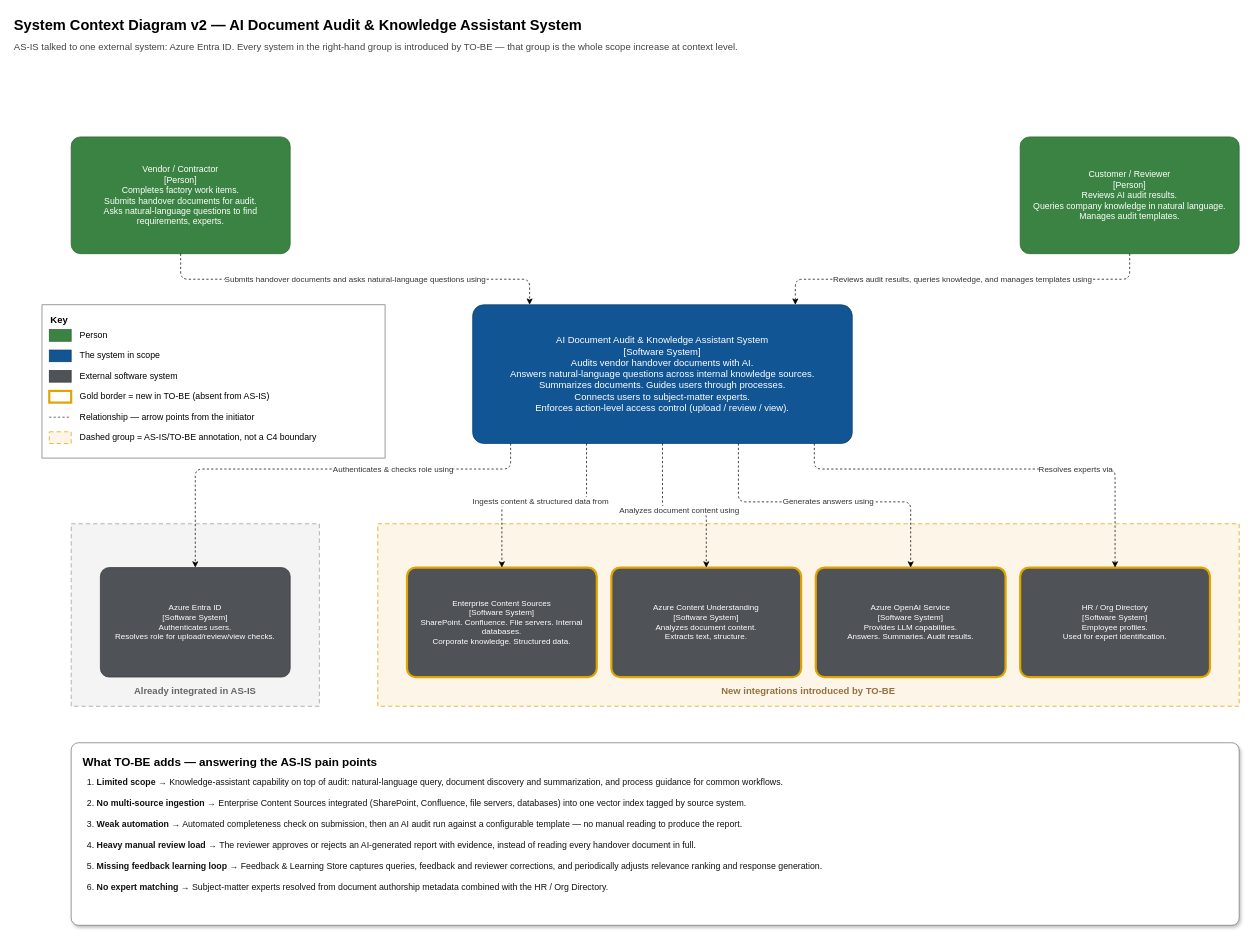
The draw.io diagram [tobe]system_context_diagram.drawio in jackreacher1994/sa-nhom6, before the edit. Source tidied: cells renumbered, new cells numbered last; positions are measured from the earlier drawing's top-left corner, leaving out a move shared by most shapes. Both pictures are drawn from the tidied source at 73%, with x=0, y=0 at pixel (12, 12).
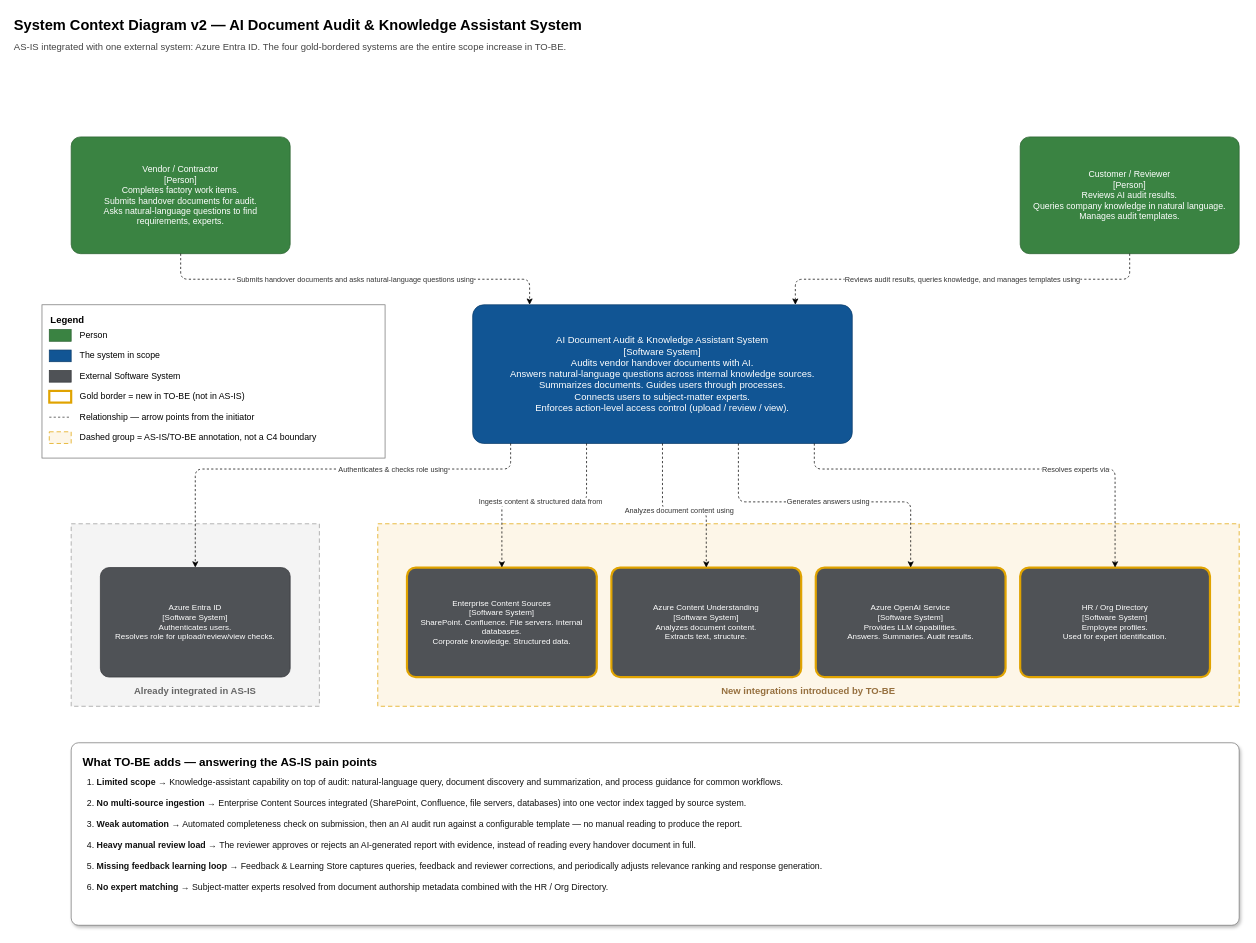
After the change.

Unchanged cells that the change refers to:
```xml
<mxCell id="17" value="Vendor / Contractor&#10;[Person]&#10;Completes factory work items.&#10;Submits handover documents for audit.&#10;Asks natural-language questions to find requirements, experts." style="rounded=1;arcSize=8;whiteSpace=wrap;html=1;fillColor=#3a8342;strokeColor=#2a6230;fontColor=#ffffff;fontSize=12;align=center;verticalAlign=middle;spacing=8;" parent="1" vertex="1">
  <mxGeometry x="80" y="170" width="300" height="160" as="geometry" />
</mxCell>
<mxCell id="18" value="Customer / Reviewer&#10;[Person]&#10;Reviews AI audit results.&#10;Queries company knowledge in natural language.&#10;Manages audit templates." style="rounded=1;arcSize=8;whiteSpace=wrap;html=1;fillColor=#3a8342;strokeColor=#2a6230;fontColor=#ffffff;fontSize=12;align=center;verticalAlign=middle;spacing=8;" parent="1" vertex="1">
  <mxGeometry x="1380" y="170" width="300" height="160" as="geometry" />
</mxCell>
<mxCell id="19" value="AI Document Audit &amp; Knowledge Assistant System&#10;[Software System]&#10;Audits vendor handover documents with AI.&#10;Answers natural-language questions across internal knowledge sources.&#10;Summarizes documents. Guides users through processes.&#10;Connects users to subject-matter experts.&#10;Enforces action-level access control (upload / review / view)." style="rounded=1;arcSize=8;whiteSpace=wrap;html=1;fillColor=#115594;strokeColor=#0c3d6b;fontColor=#ffffff;fontSize=13;align=center;verticalAlign=middle;spacing=8;" parent="1" vertex="1">
  <mxGeometry x="630" y="400" width="520" height="190" as="geometry" />
</mxCell>
<mxCell id="21" value="Azure Entra ID&#10;[Software System]&#10;Authenticates users.&#10;Resolves role for upload/review/view checks." style="rounded=1;arcSize=8;whiteSpace=wrap;html=1;fillColor=#4f5256;strokeColor=#35373a;fontColor=#ffffff;fontSize=11;align=center;verticalAlign=middle;spacing=8;" parent="20" vertex="1">
  <mxGeometry x="40" y="60" width="260" height="150" as="geometry" />
</mxCell>
<mxCell id="23" value="Enterprise Content Sources&#10;[Software System]&#10;SharePoint. Confluence. File servers. Internal databases.&#10;Corporate knowledge. Structured data." style="rounded=1;arcSize=8;whiteSpace=wrap;html=1;fillColor=#4f5256;strokeColor=#e0a300;strokeWidth=3;fontColor=#ffffff;fontSize=11;align=center;verticalAlign=middle;spacing=8;" parent="22" vertex="1">
  <mxGeometry x="40" y="60" width="260" height="150" as="geometry" />
</mxCell>
<mxCell id="24" value="Azure Content Understanding&#10;[Software System]&#10;Analyzes document content.&#10;Extracts text, structure." style="rounded=1;arcSize=8;whiteSpace=wrap;html=1;fillColor=#4f5256;strokeColor=#e0a300;strokeWidth=3;fontColor=#ffffff;fontSize=11;align=center;verticalAlign=middle;spacing=8;" parent="22" vertex="1">
  <mxGeometry x="320" y="60" width="260" height="150" as="geometry" />
</mxCell>
<mxCell id="25" value="Azure OpenAI Service&#10;[Software System]&#10;Provides LLM capabilities.&#10;Answers. Summaries. Audit results." style="rounded=1;arcSize=8;whiteSpace=wrap;html=1;fillColor=#4f5256;strokeColor=#e0a300;strokeWidth=3;fontColor=#ffffff;fontSize=11;align=center;verticalAlign=middle;spacing=8;" parent="22" vertex="1">
  <mxGeometry x="600" y="60" width="260" height="150" as="geometry" />
</mxCell>
<mxCell id="26" value="HR / Org Directory&#10;[Software System]&#10;Employee profiles.&#10;Used for expert identification." style="rounded=1;arcSize=8;whiteSpace=wrap;html=1;fillColor=#4f5256;strokeColor=#e0a300;strokeWidth=3;fontColor=#ffffff;fontSize=11;align=center;verticalAlign=middle;spacing=8;" parent="22" vertex="1">
  <mxGeometry x="880" y="60" width="260" height="150" as="geometry" />
</mxCell>
```

What changed in the source:
```diff
@@
-    <mxCell id="3" value="AS-IS talked to one external system: Azure Entra ID. Every system in the right-hand group is introduced by TO-BE — that group is the whole scope increase at context level." style="text;html=1;fontSize=13;align=left;verticalAlign=middle;fontColor=#444444;" parent="1" vertex="1">
+    <mxCell id="3" value="AS-IS integrated with one external system: Azure Entra ID. The four gold-bordered systems are the entire scope increase in TO-BE." style="text;html=1;fontSize=13;align=left;verticalAlign=middle;fontColor=#444444;" parent="1" vertex="1">
       <mxGeometry y="36" width="1300" height="22" as="geometry" />
     </mxCell>
-    <mxCell id="4" value="Key" style="rounded=0;whiteSpace=wrap;html=1;fillColor=#ffffff;strokeColor=#777777;verticalAlign=top;fontStyle=1;fontSize=13;align=left;spacingLeft=10;spacingTop=6;" parent="1" vertex="1">
+    <mxCell id="4" value="Legend" style="rounded=0;whiteSpace=wrap;html=1;fillColor=#ffffff;strokeColor=#777777;verticalAlign=top;fontStyle=1;fontSize=13;align=left;spacingLeft=10;spacingTop=6;" parent="1" vertex="1">
       <mxGeometry x="40" y="400" width="470" height="210" as="geometry" />
     </mxCell>
@@
-    <mxCell id="10" value="External software system" style="text;html=1;align=left;verticalAlign=middle;fontSize=12;" parent="4" vertex="1">
+    <mxCell id="10" value="External Software System" style="text;html=1;align=left;verticalAlign=middle;fontSize=12;" parent="4" vertex="1">
       <mxGeometry x="50" y="86" width="400" height="24" as="geometry" />
     </mxCell>
@@
-    <mxCell id="12" value="Gold border = new in TO-BE (absent from AS-IS)" style="text;html=1;align=left;verticalAlign=middle;fontSize=12;" parent="4" vertex="1">
+    <mxCell id="12" value="Gold border = new in TO-BE (not in AS-IS)" style="text;html=1;align=left;verticalAlign=middle;fontSize=12;" parent="4" vertex="1">
       <mxGeometry x="50" y="114" width="400" height="24" as="geometry" />
     </mxCell>
@@
-    <mxCell id="29" value="Submits handover documents and asks natural-language questions using" style="edgeStyle=orthogonalEdgeStyle;rounded=1;jettySize=auto;html=1;dashed=1;fontSize=11;fontColor=#333333;labelBackgroundColor=#ffffff;exitX=0.5;exitY=1;exitDx=0;exitDy=0;entryX=0.15;entryY=0;entryDx=0;entryDy=0;curved=0;" parent="1" edge="1" source="17" target="19">
+    <mxCell id="29" value="Submits handover documents and asks natural-language questions using" style="edgeStyle=orthogonalEdgeStyle;rounded=1;jettySize=auto;html=1;dashed=1;fontSize=10;fontColor=#333333;labelBackgroundColor=#ffffff;exitX=0.5;exitY=1;exitDx=0;exitDy=0;entryX=0.15;entryY=0;entryDx=0;entryDy=0;curved=0;" parent="1" edge="1" source="17" target="19">
       <mxGeometry relative="1" as="geometry">
         <Array as="points">
           <mxPoint x="230" y="365" />
           <mxPoint x="708" y="365" />
         </Array>
       </mxGeometry>
     </mxCell>
-    <mxCell id="30" value="Reviews audit results, queries knowledge, and manages templates using" style="edgeStyle=orthogonalEdgeStyle;rounded=1;jettySize=auto;html=1;dashed=1;fontSize=11;fontColor=#333333;labelBackgroundColor=#ffffff;exitX=0.5;exitY=1;exitDx=0;exitDy=0;entryX=0.85;entryY=0;entryDx=0;entryDy=0;curved=0;" parent="1" edge="1" source="18" target="19">
+    <mxCell id="30" value="Reviews audit results, queries knowledge, and manages templates using" style="edgeStyle=orthogonalEdgeStyle;rounded=1;jettySize=auto;html=1;dashed=1;fontSize=10;fontColor=#333333;labelBackgroundColor=#ffffff;exitX=0.5;exitY=1;exitDx=0;exitDy=0;entryX=0.85;entryY=0;entryDx=0;entryDy=0;curved=0;" parent="1" edge="1" source="18" target="19">
       <mxGeometry relative="1" as="geometry">
         <Array as="points">
           <mxPoint x="1530" y="365" />
           <mxPoint x="1072" y="365" />
         </Array>
       </mxGeometry>
     </mxCell>
-    <mxCell id="31" value="Authenticates &amp; checks role using" style="edgeStyle=orthogonalEdgeStyle;rounded=1;jettySize=auto;html=1;dashed=1;fontSize=11;fontColor=#333333;labelBackgroundColor=#ffffff;exitX=0.1;exitY=1;exitDx=0;exitDy=0;entryX=0.5;entryY=0;entryDx=0;entryDy=0;curved=0;" parent="1" edge="1" source="19" target="21">
+    <mxCell id="31" value="Authenticates &amp; checks role using" style="edgeStyle=orthogonalEdgeStyle;rounded=1;jettySize=auto;html=1;dashed=1;fontSize=10;fontColor=#333333;labelBackgroundColor=#ffffff;exitX=0.1;exitY=1;exitDx=0;exitDy=0;entryX=0.5;entryY=0;entryDx=0;entryDy=0;curved=0;" parent="1" edge="1" source="19" target="21">
       <mxGeometry x="-0.35" relative="1" as="geometry">
         <Array as="points">
           <mxPoint x="682" y="625" />
           <mxPoint x="250" y="625" />
         </Array>
       </mxGeometry>
     </mxCell>
-    <mxCell id="32" value="Ingests content &amp; structured data from" style="edgeStyle=orthogonalEdgeStyle;rounded=1;jettySize=auto;html=1;dashed=1;fontSize=11;fontColor=#333333;labelBackgroundColor=#ffffff;exitX=0.3;exitY=1;exitDx=0;exitDy=0;entryX=0.5;entryY=0;entryDx=0;entryDy=0;curved=0;" parent="1" edge="1" source="19" target="23">
+    <mxCell id="32" value="Ingests content &amp; structured data from" style="edgeStyle=orthogonalEdgeStyle;rounded=1;jettySize=auto;html=1;dashed=1;fontSize=10;fontColor=#333333;labelBackgroundColor=#ffffff;exitX=0.3;exitY=1;exitDx=0;exitDy=0;entryX=0.5;entryY=0;entryDx=0;entryDy=0;curved=0;" parent="1" edge="1" source="19" target="23">
       <mxGeometry relative="1" as="geometry">
         <Array as="points">
           <mxPoint x="786" y="670" />
           <mxPoint x="670" y="670" />
         </Array>
       </mxGeometry>
     </mxCell>
-    <mxCell id="33" value="Analyzes document content using" style="edgeStyle=orthogonalEdgeStyle;rounded=1;jettySize=auto;html=1;dashed=1;fontSize=11;fontColor=#333333;labelBackgroundColor=#ffffff;exitX=0.5;exitY=1;exitDx=0;exitDy=0;entryX=0.5;entryY=0;entryDx=0;entryDy=0;curved=0;" parent="1" edge="1" source="19" target="24">
+    <mxCell id="33" value="Analyzes document content using" style="edgeStyle=orthogonalEdgeStyle;rounded=1;jettySize=auto;html=1;dashed=1;fontSize=10;fontColor=#333333;labelBackgroundColor=#ffffff;exitX=0.5;exitY=1;exitDx=0;exitDy=0;entryX=0.5;entryY=0;entryDx=0;entryDy=0;curved=0;" parent="1" edge="1" source="19" target="24">
       <mxGeometry relative="1" as="geometry">
         <Array as="points">
           <mxPoint x="890" y="682" />
           <mxPoint x="950" y="682" />
         </Array>
       </mxGeometry>
     </mxCell>
-    <mxCell id="34" value="Generates answers using" style="edgeStyle=orthogonalEdgeStyle;rounded=1;jettySize=auto;html=1;dashed=1;fontSize=11;fontColor=#333333;labelBackgroundColor=#ffffff;exitX=0.7;exitY=1;exitDx=0;exitDy=0;entryX=0.5;entryY=0;entryDx=0;entryDy=0;curved=0;" parent="1" edge="1" source="19" target="25">
+    <mxCell id="34" value="Generates answers using" style="edgeStyle=orthogonalEdgeStyle;rounded=1;jettySize=auto;html=1;dashed=1;fontSize=10;fontColor=#333333;labelBackgroundColor=#ffffff;exitX=0.7;exitY=1;exitDx=0;exitDy=0;entryX=0.5;entryY=0;entryDx=0;entryDy=0;curved=0;" parent="1" edge="1" source="19" target="25">
       <mxGeometry relative="1" as="geometry">
         <Array as="points">
           <mxPoint x="994" y="670" />
           <mxPoint x="1230" y="670" />
         </Array>
       </mxGeometry>
     </mxCell>
-    <mxCell id="35" value="Resolves experts via" style="edgeStyle=orthogonalEdgeStyle;rounded=1;jettySize=auto;html=1;dashed=1;fontSize=11;fontColor=#333333;labelBackgroundColor=#ffffff;exitX=0.9;exitY=1;exitDx=0;exitDy=0;entryX=0.5;entryY=0;entryDx=0;entryDy=0;curved=0;" parent="1" edge="1" source="19" target="26">
+    <mxCell id="35" value="Resolves experts via" style="edgeStyle=orthogonalEdgeStyle;rounded=1;jettySize=auto;html=1;dashed=1;fontSize=10;fontColor=#333333;labelBackgroundColor=#ffffff;exitX=0.9;exitY=1;exitDx=0;exitDy=0;entryX=0.5;entryY=0;entryDx=0;entryDy=0;curved=0;" parent="1" edge="1" source="19" target="26">
       <mxGeometry x="0.35" relative="1" as="geometry">
         <Array as="points">
           <mxPoint x="1098" y="625" />
           <mxPoint x="1510" y="625" />
         </Array>
       </mxGeometry>
     </mxCell>
```
